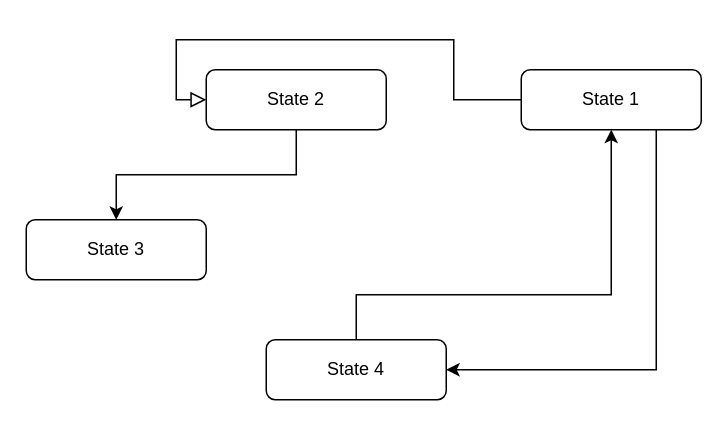
The draw.io diagram 1nnocent.drawio in Hollow-Ice-Studio/GitInitials, before the edit. Source tidied: cells renumbered, new cells numbered last; positions are measured from the earlier drawing's top-left corner, leaving out a move shared by most shapes. Both pictures are drawn from the tidied source at 150%, with x=0, y=0 at pixel (26, 69).
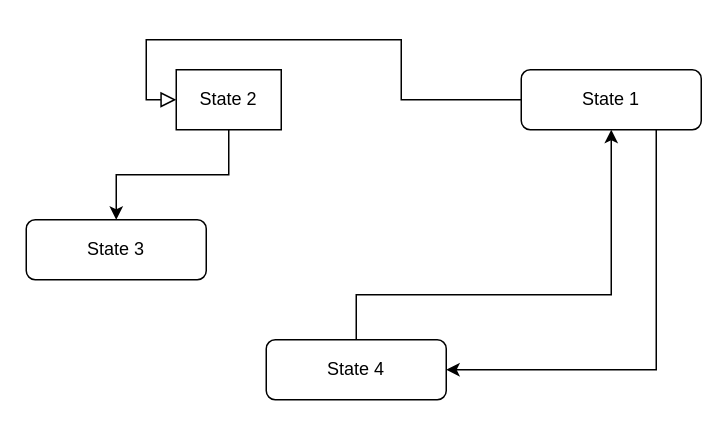
Above is the later version.

Commit message:
Mudança do tamanho teste

Change to the diagram source:
```diff
@@
 <mxGraphModel>
   <root>
     <mxCell id="0" />
     <mxCell id="1" parent="0" />
     <mxCell id="2" style="rounded=0;html=1;jettySize=auto;fontSize=11;endArrow=block;endFill=0;endSize=8;strokeWidth=1;shadow=0;labelBackgroundColor=none;edgeStyle=orthogonalEdgeStyle;entryX=0;entryY=0.5;entryDx=0;entryDy=0;" parent="1" edge="1" source="4" target="6">
       <mxGeometry relative="1" as="geometry" />
     </mxCell>
     <mxCell id="3" style="edgeStyle=orthogonalEdgeStyle;rounded=0;jettySize=auto;html=1;exitX=0.75;exitY=1;exitDx=0;exitDy=0;entryX=1;entryY=0.5;entryDx=0;entryDy=0;" parent="1" edge="1" source="4" target="9">
       <mxGeometry relative="1" as="geometry" />
     </mxCell>
     <mxCell id="4" value="State 1" style="rounded=1;whiteSpace=wrap;html=1;fontSize=12;glass=0;strokeWidth=1;shadow=0;" parent="1" vertex="1">
       <mxGeometry x="330" width="120" height="40" as="geometry" />
     </mxCell>
     <mxCell id="5" style="edgeStyle=orthogonalEdgeStyle;rounded=0;jettySize=auto;html=1;exitX=0.5;exitY=1;exitDx=0;exitDy=0;" parent="1" edge="1" source="6" target="7">
       <mxGeometry relative="1" as="geometry" />
     </mxCell>
-    <mxCell id="6" value="State 2" style="rounded=1;whiteSpace=wrap;html=1;fontSize=12;glass=0;strokeWidth=1;shadow=0;" parent="1" vertex="1">
-      <mxGeometry x="120" width="120" height="40" as="geometry" />
+    <mxCell id="6" value="State 2" style="rounded=1;whiteSpace=wrap;html=1;fontSize=12;glass=0;strokeWidth=1;shadow=0;arcSize=0;" parent="1" vertex="1">
+      <mxGeometry x="100" width="70" height="40" as="geometry" />
     </mxCell>
     <mxCell id="7" value="State 3" style="rounded=1;whiteSpace=wrap;html=1;fontSize=12;glass=0;strokeWidth=1;shadow=0;" parent="1" vertex="1">
       <mxGeometry y="100" width="120" height="40" as="geometry" />
     </mxCell>
     <mxCell id="8" style="edgeStyle=orthogonalEdgeStyle;rounded=0;jettySize=auto;html=1;exitX=0.5;exitY=0;exitDx=0;exitDy=0;" parent="1" edge="1" source="9" target="4">
       <mxGeometry relative="1" as="geometry">
         <Array as="points">
           <mxPoint x="220" y="150" />
           <mxPoint x="390" y="150" />
         </Array>
       </mxGeometry>
     </mxCell>
     <mxCell id="9" value="State 4" style="rounded=1;whiteSpace=wrap;html=1;fontSize=12;glass=0;strokeWidth=1;shadow=0;" parent="1" vertex="1">
       <mxGeometry x="160" y="180" width="120" height="40" as="geometry" />
     </mxCell>
   </root>
 </mxGraphModel>
```
